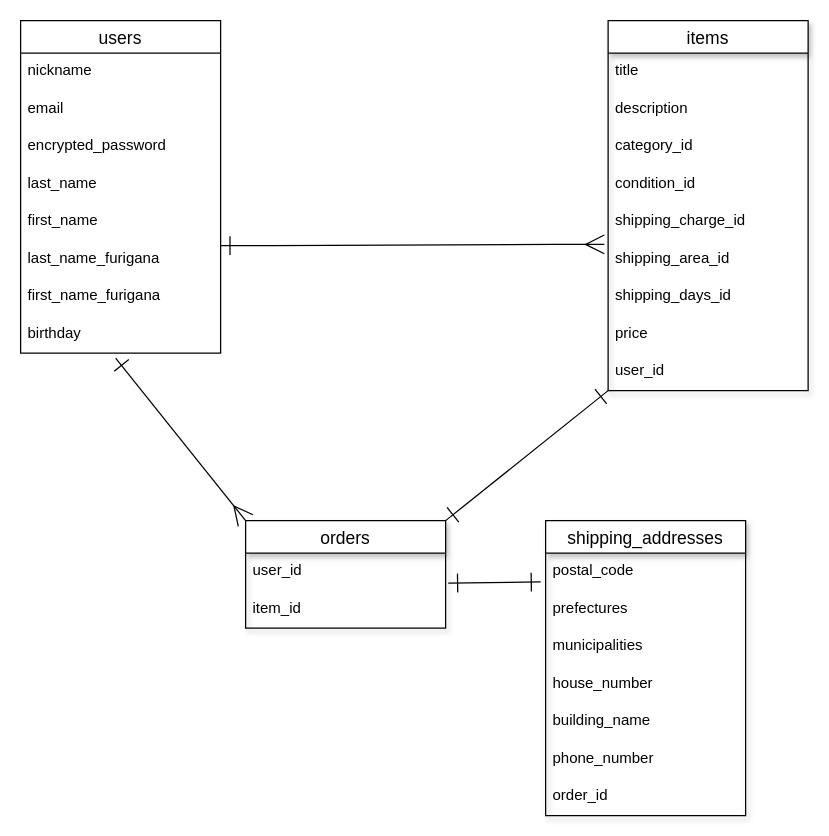
Earlier version of the draw.io diagram furima.dio (yuu2771/furima-39627). Source tidied: cells renumbered, new cells numbered last; positions are measured from the earlier drawing's top-left corner, leaving out a move shared by most shapes. Both pictures are drawn from the tidied source at 125%, with x=0, y=0 at pixel (20, 20).
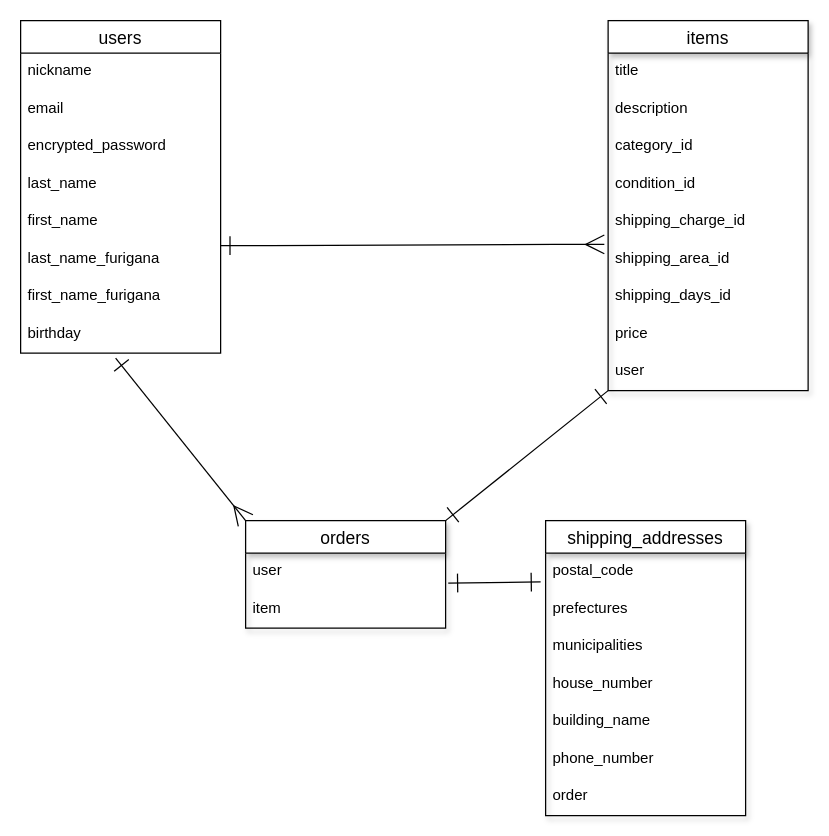
The same diagram, later.

Commit message (it also covers changes not shown here):
データベース設計の修正_2

The change refers to these unchanged cells:
```xml
<mxCell id="11" value="items" style="swimlane;fontStyle=0;horizontal=1;startSize=26;align=center;fontSize=14;shadow=1;" parent="1" vertex="1">
  <mxGeometry x="470" width="160" height="296" as="geometry" />
</mxCell>
<mxCell id="21" value="orders" style="swimlane;fontStyle=0;horizontal=1;startSize=26;align=center;fontSize=14;shadow=1;" parent="1" vertex="1">
  <mxGeometry x="180" y="400" width="160" height="86" as="geometry" />
</mxCell>
<mxCell id="24" value="shipping_addresses" style="swimlane;fontStyle=0;horizontal=1;startSize=26;align=center;fontSize=14;shadow=1;" parent="1" vertex="1">
  <mxGeometry x="420" y="400" width="160" height="236" as="geometry" />
</mxCell>
```

Diff of the diagram source:
```diff
@@
-    <mxCell id="20" value="user_id" style="text;strokeColor=none;fillColor=none;spacingLeft=4;spacingRight=4;overflow=hidden;points=[[0,0.5],[1,0.5]];portConstraint=eastwest;fontSize=12;shadow=1;" parent="11" vertex="1">
+    <mxCell id="20" value="user" style="text;strokeColor=none;fillColor=none;spacingLeft=4;spacingRight=4;overflow=hidden;points=[[0,0.5],[1,0.5]];portConstraint=eastwest;fontSize=12;shadow=1;" parent="11" vertex="1">
       <mxGeometry y="266" width="160" height="30" as="geometry" />
     </mxCell>
@@
-    <mxCell id="22" value="user_id" style="text;strokeColor=none;fillColor=none;spacingLeft=4;spacingRight=4;overflow=hidden;points=[[0,0.5],[1,0.5]];portConstraint=eastwest;fontSize=12;shadow=1;" parent="21" vertex="1">
+    <mxCell id="22" value="user" style="text;strokeColor=none;fillColor=none;spacingLeft=4;spacingRight=4;overflow=hidden;points=[[0,0.5],[1,0.5]];portConstraint=eastwest;fontSize=12;shadow=1;" parent="21" vertex="1">
       <mxGeometry y="26" width="160" height="30" as="geometry" />
     </mxCell>
-    <mxCell id="23" value="item_id" style="text;strokeColor=none;fillColor=none;spacingLeft=4;spacingRight=4;overflow=hidden;fontSize=12;shadow=1;" parent="21" vertex="1">
+    <mxCell id="23" value="item" style="text;strokeColor=none;fillColor=none;spacingLeft=4;spacingRight=4;overflow=hidden;fontSize=12;shadow=1;" parent="21" vertex="1">
       <mxGeometry y="56" width="160" height="30" as="geometry" />
     </mxCell>
@@
-    <mxCell id="31" value="order_id" style="text;strokeColor=none;fillColor=none;spacingLeft=4;spacingRight=4;overflow=hidden;fontSize=12;shadow=1;" parent="24" vertex="1">
+    <mxCell id="31" value="order" style="text;strokeColor=none;fillColor=none;spacingLeft=4;spacingRight=4;overflow=hidden;fontSize=12;shadow=1;" parent="24" vertex="1">
       <mxGeometry y="206" width="160" height="30" as="geometry" />
     </mxCell>
```
